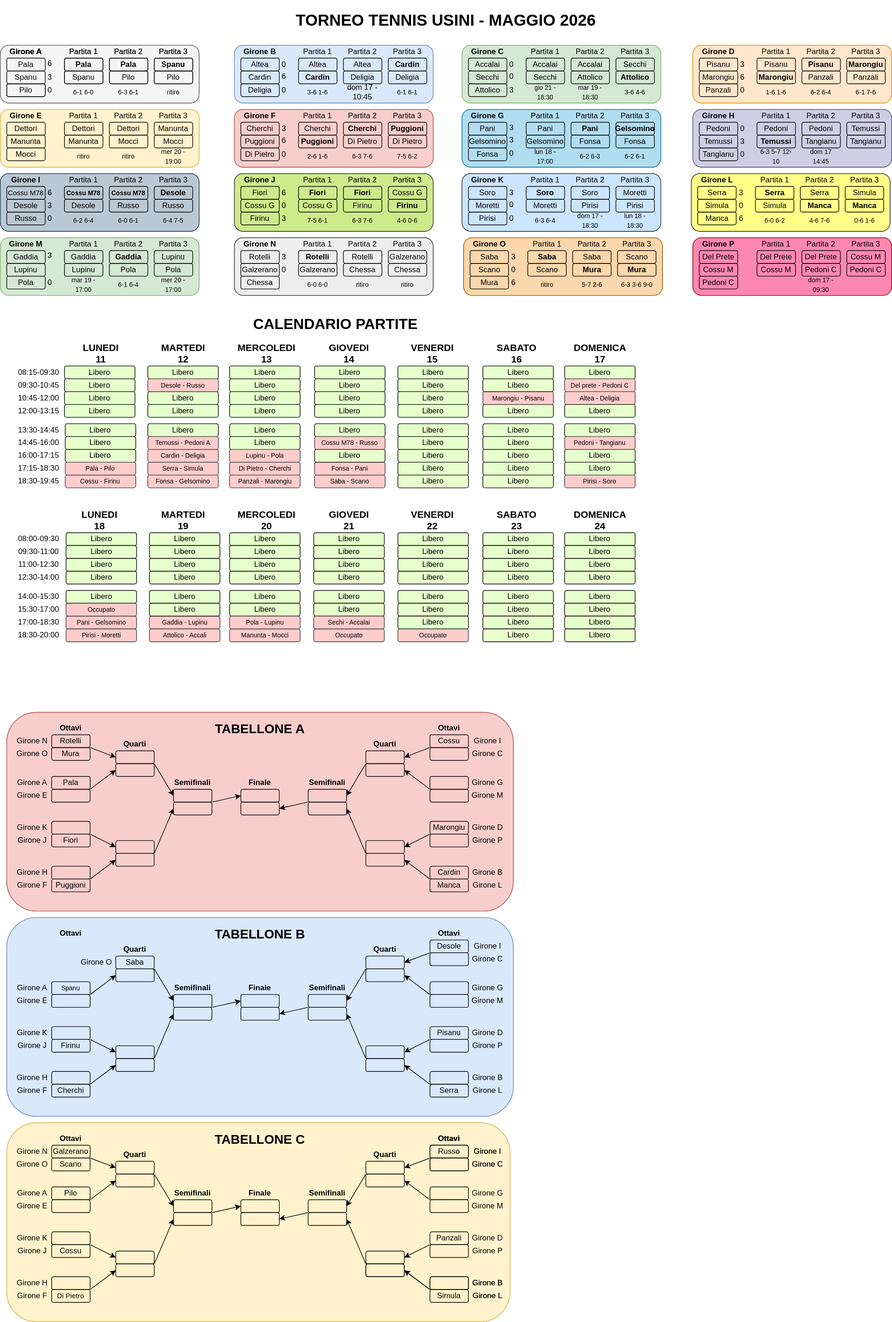
cscalaresu/tornei keeps this draw.io diagram as torneo-tennis-2026/tabellone.drawio.svg. Above is the earlier version. Source tidied: cells renumbered, new cells last; positions are measured from the earlier drawing's top-left corner, leaving out a move shared by most shapes.
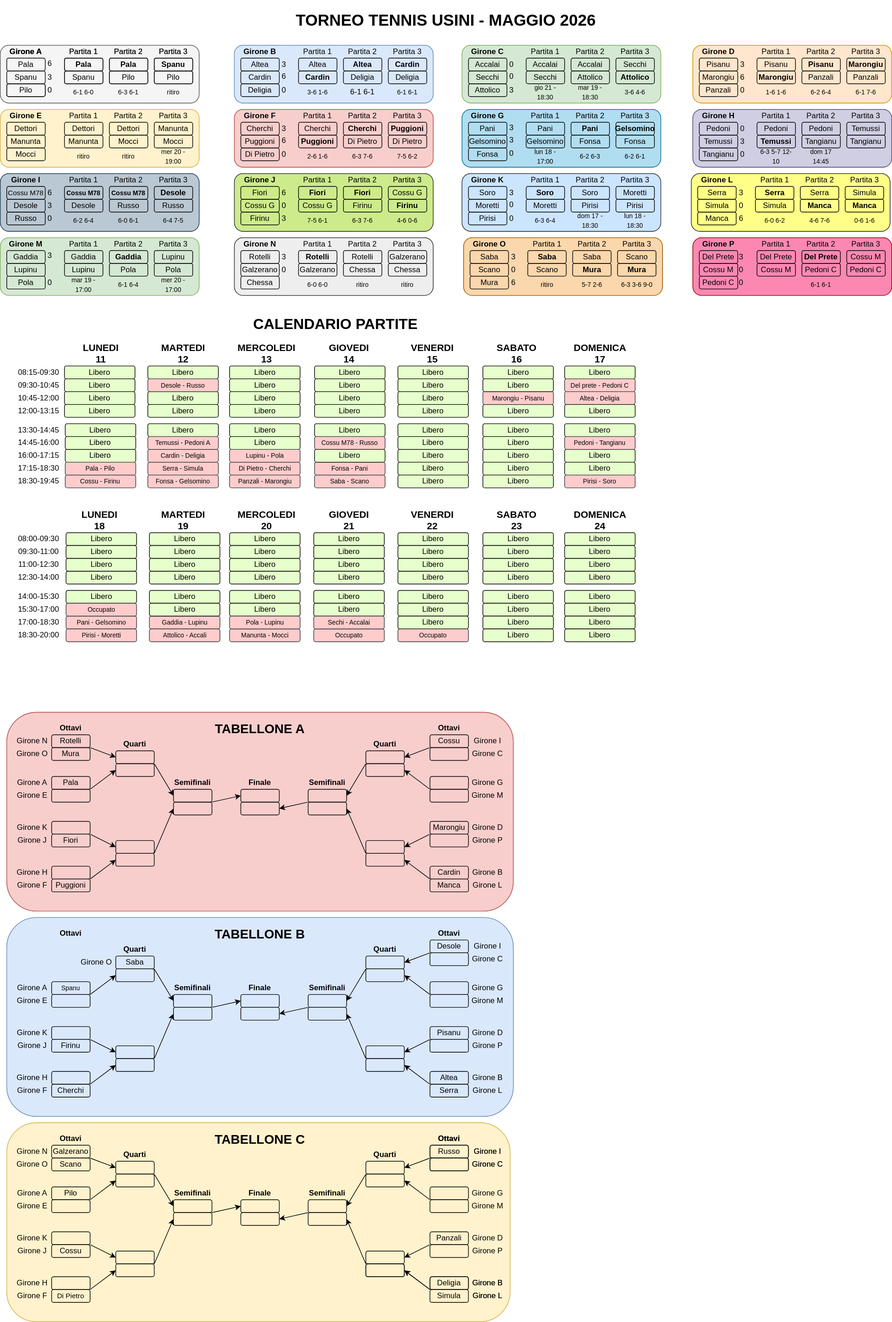
The same file after the commit.

The edit, as a diff of the source:
```diff
@@ -230,7 +230,7 @@
     <mxCell id="77" value="Altea" style="rounded=1;whiteSpace=wrap;html=1;fillColor=none;fontStyle=0;" parent="1" vertex="1">
       <mxGeometry x="465" y="90" width="60" height="20" as="geometry" />
     </mxCell>
-    <mxCell id="78" value="Altea" style="rounded=1;whiteSpace=wrap;html=1;fillColor=none;fontStyle=0;" parent="1" vertex="1">
+    <mxCell id="78" value="Altea" style="rounded=1;whiteSpace=wrap;html=1;fillColor=none;fontStyle=1;" parent="1" vertex="1">
       <mxGeometry x="535" y="90" width="60" height="20" as="geometry" />
     </mxCell>
     <mxCell id="79" value="Deligia" style="rounded=1;whiteSpace=wrap;html=1;fillColor=none;fontStyle=0;" parent="1" vertex="1">
@@ -755,7 +755,7 @@
     <mxCell id="252" value="Del Prete" style="rounded=1;whiteSpace=wrap;html=1;fillColor=none;fontStyle=0;" parent="1" vertex="1">
       <mxGeometry x="1180" y="390" width="60" height="20" as="geometry" />
     </mxCell>
-    <mxCell id="253" value="Del Prete" style="rounded=1;whiteSpace=wrap;html=1;fillColor=none;fontStyle=0;" parent="1" vertex="1">
+    <mxCell id="253" value="Del Prete" style="rounded=1;whiteSpace=wrap;html=1;fillColor=none;fontStyle=1;" parent="1" vertex="1">
       <mxGeometry x="1250" y="390" width="60" height="20" as="geometry" />
     </mxCell>
     <mxCell id="254" value="&lt;b&gt;Girone P&lt;/b&gt;" style="text;html=1;align=center;verticalAlign=middle;whiteSpace=wrap;rounded=0;" parent="1" vertex="1">
@@ -1794,7 +1794,7 @@
     <mxCell id="595" style="rounded=1;whiteSpace=wrap;html=1;fillColor=none;fontStyle=1;" parent="1" vertex="1">
       <mxGeometry x="670" y="1620" width="60" height="20" as="geometry" />
     </mxCell>
-    <mxCell id="596" style="rounded=1;whiteSpace=wrap;html=1;fillColor=none;" parent="1" vertex="1">
+    <mxCell id="596" value="Altea" style="rounded=1;whiteSpace=wrap;html=1;fillColor=none;" parent="1" vertex="1">
       <mxGeometry x="670" y="1670" width="60" height="20" as="geometry" />
     </mxCell>
     <mxCell id="597" value="Serra" style="rounded=1;whiteSpace=wrap;html=1;fillColor=none;" parent="1" vertex="1">
@@ -2033,7 +2033,7 @@
     <mxCell id="674" value="&lt;div&gt;&lt;br&gt;&lt;/div&gt;" style="rounded=1;whiteSpace=wrap;html=1;fillColor=none;" parent="1" vertex="1">
       <mxGeometry x="570" y="1970" width="60" height="20" as="geometry" />
     </mxCell>
-    <mxCell id="675" style="rounded=1;whiteSpace=wrap;html=1;fillColor=none;" parent="1" vertex="1">
+    <mxCell id="675" value="Deligia" style="rounded=1;whiteSpace=wrap;html=1;fillColor=none;" parent="1" vertex="1">
       <mxGeometry x="670" y="1990" width="60" height="20" as="geometry" />
     </mxCell>
     <mxCell id="676" style="endArrow=classic;html=1;rounded=0;exitX=0;exitY=0;exitDx=0;exitDy=0;entryX=1;entryY=0.5;entryDx=0;entryDy=0;" parent="1" edge="1" source="2" target="674">
@@ -2384,7 +2384,7 @@
     <mxCell id="790" value="3" style="text;html=1;whiteSpace=wrap;strokeColor=none;fillColor=none;align=center;verticalAlign=middle;rounded=0;" parent="1" vertex="1">
       <mxGeometry x="70" y="307.5" width="15" height="25" as="geometry" />
     </mxCell>
-    <mxCell id="791" value="&lt;font style=&quot;font-size: 10px;&quot;&gt;dom 17 - 09:30&lt;/font&gt;" style="text;html=1;whiteSpace=wrap;strokeColor=none;fillColor=none;align=center;verticalAlign=middle;rounded=0;" parent="1" vertex="1">
+    <mxCell id="791" value="&lt;font style=&quot;font-size: 10px;&quot;&gt;6-1 6-1&lt;/font&gt;" style="text;html=1;whiteSpace=wrap;strokeColor=none;fillColor=none;align=center;verticalAlign=middle;rounded=0;" parent="1" vertex="1">
       <mxGeometry x="1250" y="430" width="60" height="25" as="geometry" />
     </mxCell>
     <mxCell id="792" value="&lt;font style=&quot;font-size: 10px;&quot;&gt;Del prete - Pedoni C&lt;/font&gt;" style="rounded=1;whiteSpace=wrap;html=1;fillColor=#ffcccc;strokeColor=#36393d;" parent="1" vertex="1">
@@ -2393,7 +2393,7 @@
     <mxCell id="793" value="&lt;font style=&quot;font-size: 10px;&quot;&gt;Altea - Deligia&lt;/font&gt;" style="rounded=1;whiteSpace=wrap;html=1;fillColor=#ffcccc;strokeColor=#36393d;" parent="1" vertex="1">
       <mxGeometry x="880" y="610" width="110" height="20" as="geometry" />
     </mxCell>
-    <mxCell id="794" value="dom 17 - 10:45" style="text;html=1;whiteSpace=wrap;strokeColor=none;fillColor=none;align=center;verticalAlign=middle;rounded=0;" parent="1" vertex="1">
+    <mxCell id="794" value="6-1 6-1" style="text;html=1;whiteSpace=wrap;strokeColor=none;fillColor=none;align=center;verticalAlign=middle;rounded=0;" parent="1" vertex="1">
       <mxGeometry x="535" y="130" width="60" height="25" as="geometry" />
     </mxCell>
     <mxCell id="795" value="3" style="text;html=1;whiteSpace=wrap;strokeColor=none;fillColor=none;align=center;verticalAlign=middle;rounded=0;" parent="1" vertex="1">
@@ -2471,7 +2471,7 @@
     <mxCell id="819" value="0" style="text;html=1;whiteSpace=wrap;strokeColor=none;fillColor=none;align=center;verticalAlign=middle;rounded=0;" parent="1" vertex="1">
       <mxGeometry x="435" y="127.5" width="15" height="25" as="geometry" />
     </mxCell>
-    <mxCell id="820" value="0" style="text;html=1;whiteSpace=wrap;strokeColor=none;fillColor=none;align=center;verticalAlign=middle;rounded=0;" parent="1" vertex="1">
+    <mxCell id="820" value="3" style="text;html=1;whiteSpace=wrap;strokeColor=none;fillColor=none;align=center;verticalAlign=middle;rounded=0;" parent="1" vertex="1">
       <mxGeometry x="435" y="87.5" width="15" height="25" as="geometry" />
     </mxCell>
     <mxCell id="821" value="0" style="text;html=1;whiteSpace=wrap;strokeColor=none;fillColor=none;align=center;verticalAlign=middle;rounded=0;" parent="1" vertex="1">
@@ -2723,5 +2723,14 @@
     <mxCell id="903" value="&lt;font style=&quot;font-size: 10px;&quot;&gt;Occupato&lt;/font&gt;" style="rounded=1;whiteSpace=wrap;html=1;fillColor=#ffcccc;strokeColor=#36393d;" parent="1" vertex="1">
       <mxGeometry x="102.5" y="940" width="110" height="20" as="geometry" />
     </mxCell>
+    <mxCell id="904" value="0" style="text;html=1;whiteSpace=wrap;strokeColor=none;fillColor=none;align=center;verticalAlign=middle;rounded=0;" parent="1" vertex="1">
+      <mxGeometry x="1147.5" y="407.5" width="15" height="25" as="geometry" />
+    </mxCell>
+    <mxCell id="905" value="0" style="text;html=1;whiteSpace=wrap;strokeColor=none;fillColor=none;align=center;verticalAlign=middle;rounded=0;" parent="1" vertex="1">
+      <mxGeometry x="1147.5" y="427.5" width="15" height="25" as="geometry" />
+    </mxCell>
+    <mxCell id="906" value="3" style="text;html=1;whiteSpace=wrap;strokeColor=none;fillColor=none;align=center;verticalAlign=middle;rounded=0;" parent="1" vertex="1">
+      <mxGeometry x="1147.5" y="387.5" width="15" height="25" as="geometry" />
+    </mxCell>
   </root>
 </mxGraphModel>
```
